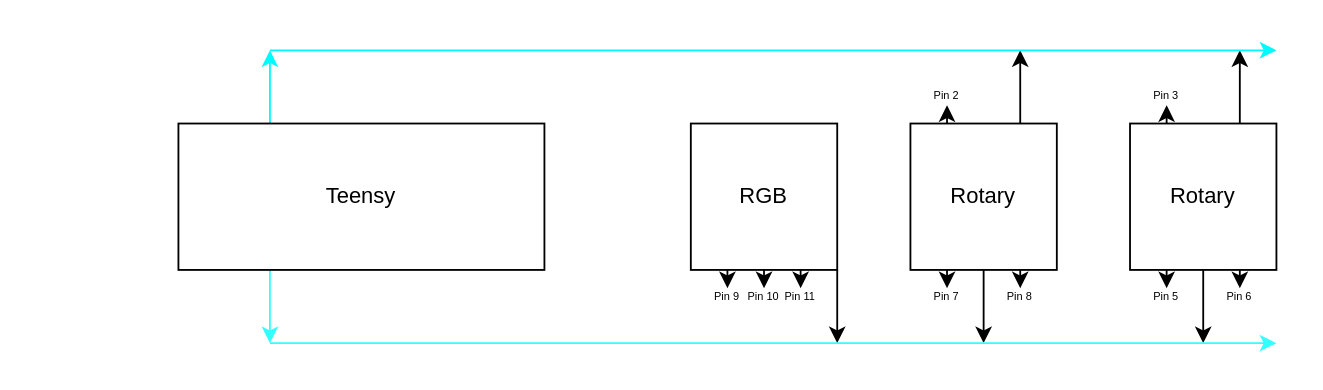
The draw.io diagram Controller-Diagram-withouth-Sensors.drawio in SoundLAB-Muziekgebouw/Warp, before the edit. Source tidied: cells renumbered, new cells numbered last; positions are measured from the earlier drawing's top-left corner, leaving out a move shared by most shapes. Both pictures are drawn from the tidied source at 183%, with x=0, y=0 at pixel (178, 49).
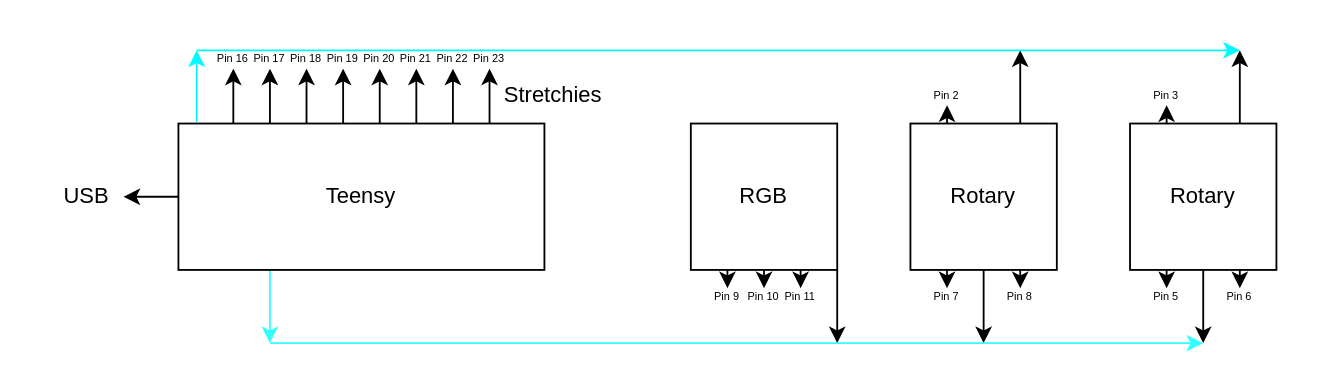
The same page after the edit.

Unchanged cells that the change refers to:
```xml
<mxCell id="21" value="Teensy" style="whiteSpace=wrap;html=1;imageAspect=0;" parent="1" vertex="1">
  <mxGeometry y="40" width="200" height="80" as="geometry" />
</mxCell>
```

Diff of the diagram source:
```diff
@@
-    <mxCell id="19" style="edgeStyle=orthogonalEdgeStyle;rounded=0;jettySize=auto;html=1;exitX=0.25;exitY=0;exitDx=0;exitDy=0;strokeColor=#00fbff;" parent="1" edge="1" source="21">
+    <mxCell id="19" style="edgeStyle=orthogonalEdgeStyle;rounded=0;jettySize=auto;html=1;strokeColor=#00fbff;exitX=0.05;exitY=-0.01;exitDx=0;exitDy=0;exitPerimeter=0;" parent="1" edge="1" source="21">
       <mxGeometry relative="1" as="geometry">
-        <mxPoint x="50" as="targetPoint" />
+        <mxPoint x="10" as="targetPoint" />
+        <Array as="points">
+          <mxPoint x="10" y="10" />
+          <mxPoint x="10" y="10" />
+        </Array>
       </mxGeometry>
     </mxCell>
@@
+    <mxCell id="33" style="edgeStyle=orthogonalEdgeStyle;rounded=0;jettySize=auto;html=1;exitX=0;exitY=0.5;exitDx=0;exitDy=0;" parent="1" edge="1" source="21">
+      <mxGeometry relative="1" as="geometry">
+        <mxPoint x="-30" y="80" as="targetPoint" />
+      </mxGeometry>
+    </mxCell>
@@
     <mxCell id="22" style="edgeStyle=orthogonalEdgeStyle;rounded=0;orthogonalLoop=1;jettySize=auto;html=1;strokeColor=#33FFFF;" parent="1" edge="1">
       <mxGeometry relative="1" as="geometry">
         <mxPoint x="50" y="160" as="sourcePoint" />
-        <mxPoint x="600" y="160" as="targetPoint" />
+        <mxPoint x="560" y="160" as="targetPoint" />
       </mxGeometry>
     </mxCell>
     <mxCell id="23" style="edgeStyle=orthogonalEdgeStyle;rounded=0;orthogonalLoop=1;jettySize=auto;html=1;strokeColor=#00fbff;" parent="1" edge="1">
       <mxGeometry relative="1" as="geometry">
-        <mxPoint x="50" as="sourcePoint" />
-        <mxPoint x="600" as="targetPoint" />
+        <mxPoint x="10" as="sourcePoint" />
+        <mxPoint x="580" as="targetPoint" />
       </mxGeometry>
     </mxCell>
@@
+    <mxCell id="34" style="endArrow=classic;html=1;rounded=0;" parent="1" edge="1">
+      <mxGeometry relative="1" as="geometry">
+        <mxPoint x="30" y="40" as="sourcePoint" />
+        <mxPoint x="30" y="10" as="targetPoint" />
+      </mxGeometry>
+    </mxCell>
+    <mxCell id="35" style="endArrow=classic;html=1;rounded=0;" parent="1" edge="1">
+      <mxGeometry relative="1" as="geometry">
+        <mxPoint x="50" y="40" as="sourcePoint" />
+        <mxPoint x="50" y="10" as="targetPoint" />
+      </mxGeometry>
+    </mxCell>
+    <mxCell id="36" style="endArrow=classic;html=1;rounded=0;" parent="1" edge="1">
+      <mxGeometry relative="1" as="geometry">
+        <mxPoint x="70" y="40" as="sourcePoint" />
+        <mxPoint x="70" y="10" as="targetPoint" />
+      </mxGeometry>
+    </mxCell>
+    <mxCell id="37" style="endArrow=classic;html=1;rounded=0;" parent="1" edge="1">
+      <mxGeometry relative="1" as="geometry">
+        <mxPoint x="90" y="40" as="sourcePoint" />
+        <mxPoint x="90" y="10" as="targetPoint" />
+      </mxGeometry>
+    </mxCell>
+    <mxCell id="38" style="endArrow=classic;html=1;rounded=0;" parent="1" edge="1">
+      <mxGeometry relative="1" as="geometry">
+        <mxPoint x="110" y="40" as="sourcePoint" />
+        <mxPoint x="110" y="10" as="targetPoint" />
+      </mxGeometry>
+    </mxCell>
+    <mxCell id="39" style="endArrow=classic;html=1;rounded=0;" parent="1" edge="1">
+      <mxGeometry relative="1" as="geometry">
+        <mxPoint x="130" y="40" as="sourcePoint" />
+        <mxPoint x="130" y="10" as="targetPoint" />
+      </mxGeometry>
+    </mxCell>
+    <mxCell id="40" style="endArrow=classic;html=1;rounded=0;" parent="1" edge="1">
+      <mxGeometry relative="1" as="geometry">
+        <mxPoint x="150" y="40" as="sourcePoint" />
+        <mxPoint x="150" y="10" as="targetPoint" />
+      </mxGeometry>
+    </mxCell>
+    <mxCell id="41" style="endArrow=classic;html=1;rounded=0;" parent="1" edge="1">
+      <mxGeometry relative="1" as="geometry">
+        <mxPoint x="170" y="40" as="sourcePoint" />
+        <mxPoint x="170" y="10" as="targetPoint" />
+      </mxGeometry>
+    </mxCell>
+    <mxCell id="42" value="USB" style="text;html=1;strokeColor=none;fillColor=none;align=center;verticalAlign=middle;whiteSpace=wrap;rounded=0;" parent="1" vertex="1">
+      <mxGeometry x="-80" y="65" width="60" height="30" as="geometry" />
+    </mxCell>
+    <mxCell id="43" value="Stretchies" style="text;html=1;strokeColor=none;fillColor=none;align=center;verticalAlign=middle;whiteSpace=wrap;rounded=0;" parent="1" vertex="1">
+      <mxGeometry x="150" y="15" width="110" height="20" as="geometry" />
+    </mxCell>
+    <mxCell id="44" value="&lt;font style=&quot;font-size: 6px;&quot;&gt;Pin 16&lt;/font&gt;" style="text;html=1;strokeColor=none;fillColor=none;align=center;verticalAlign=middle;whiteSpace=wrap;rounded=0;fontSize=6;" parent="1" vertex="1">
+      <mxGeometry x="20" y="-10" width="20" height="30" as="geometry" />
+    </mxCell>
+    <mxCell id="45" value="&lt;font style=&quot;font-size: 6px;&quot;&gt;Pin 17&lt;/font&gt;" style="text;html=1;strokeColor=none;fillColor=none;align=center;verticalAlign=middle;whiteSpace=wrap;rounded=0;fontSize=6;" parent="1" vertex="1">
+      <mxGeometry x="40" y="-10" width="20" height="30" as="geometry" />
+    </mxCell>
+    <mxCell id="46" value="&lt;font style=&quot;font-size: 6px;&quot;&gt;Pin 18&lt;/font&gt;" style="text;html=1;strokeColor=none;fillColor=none;align=center;verticalAlign=middle;whiteSpace=wrap;rounded=0;fontSize=6;" parent="1" vertex="1">
+      <mxGeometry x="60" y="-10" width="20" height="30" as="geometry" />
+    </mxCell>
+    <mxCell id="47" value="&lt;font style=&quot;font-size: 6px;&quot;&gt;Pin 19&lt;/font&gt;" style="text;html=1;strokeColor=none;fillColor=none;align=center;verticalAlign=middle;whiteSpace=wrap;rounded=0;fontSize=6;" parent="1" vertex="1">
+      <mxGeometry x="80" y="-10" width="20" height="30" as="geometry" />
+    </mxCell>
+    <mxCell id="48" value="&lt;font style=&quot;font-size: 6px;&quot;&gt;Pin 20&lt;/font&gt;" style="text;html=1;strokeColor=none;fillColor=none;align=center;verticalAlign=middle;whiteSpace=wrap;rounded=0;fontSize=6;" parent="1" vertex="1">
+      <mxGeometry x="100" y="-10" width="20" height="30" as="geometry" />
+    </mxCell>
+    <mxCell id="49" value="&lt;font style=&quot;font-size: 6px;&quot;&gt;Pin 21&lt;/font&gt;" style="text;html=1;strokeColor=none;fillColor=none;align=center;verticalAlign=middle;whiteSpace=wrap;rounded=0;fontSize=6;" parent="1" vertex="1">
+      <mxGeometry x="120" y="-10" width="20" height="30" as="geometry" />
+    </mxCell>
+    <mxCell id="50" value="&lt;font style=&quot;font-size: 6px;&quot;&gt;Pin 22&lt;/font&gt;" style="text;html=1;strokeColor=none;fillColor=none;align=center;verticalAlign=middle;whiteSpace=wrap;rounded=0;fontSize=6;" parent="1" vertex="1">
+      <mxGeometry x="140" y="-10" width="20" height="30" as="geometry" />
+    </mxCell>
+    <mxCell id="51" value="&lt;font style=&quot;font-size: 6px;&quot;&gt;Pin 23&lt;/font&gt;" style="text;html=1;strokeColor=none;fillColor=none;align=center;verticalAlign=middle;whiteSpace=wrap;rounded=0;fontSize=6;" parent="1" vertex="1">
+      <mxGeometry x="160" y="-10" width="20" height="30" as="geometry" />
+    </mxCell>
```
